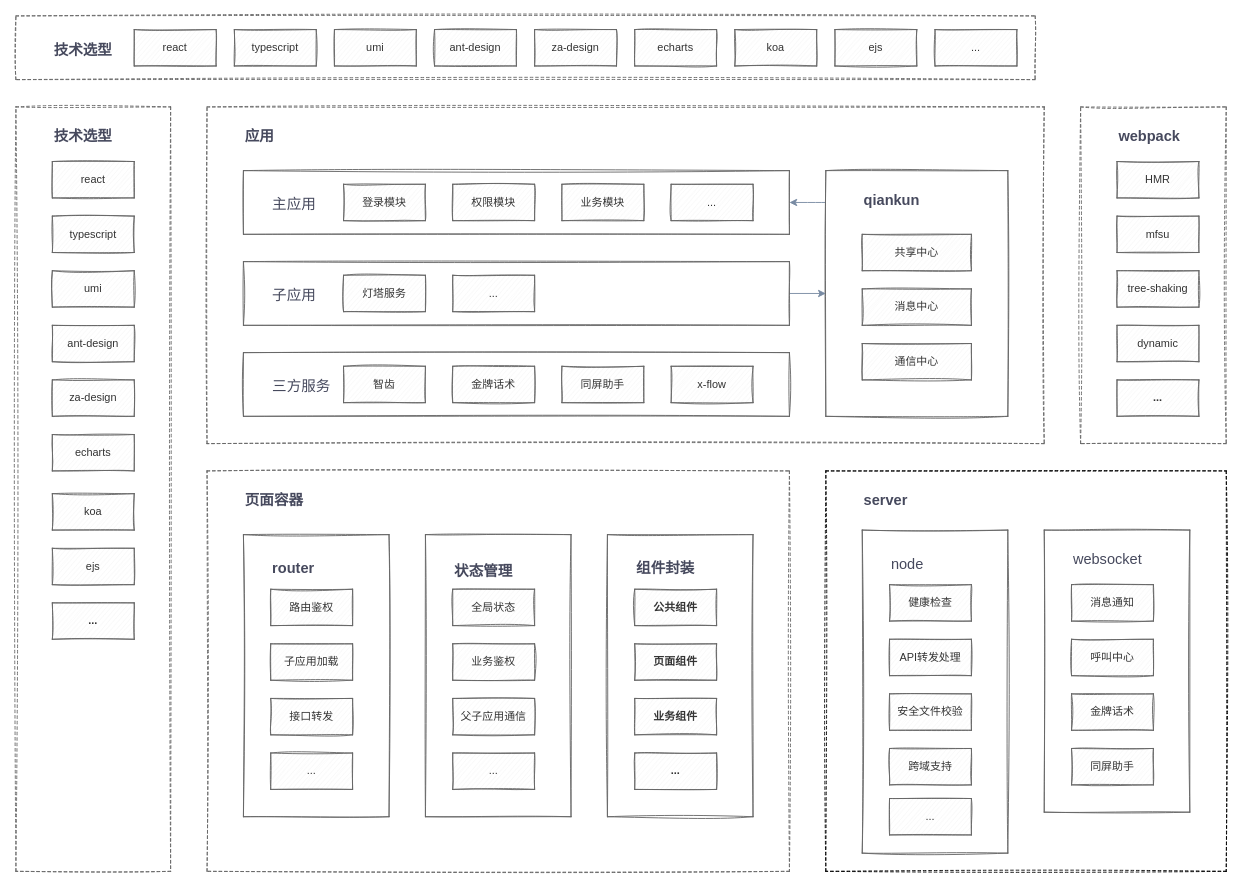
Before: 代码设计.drawio in Martha1001/diagrams, a draw.io diagram. Source tidied: cells renumbered, new cells numbered last; positions are measured from the earlier drawing's top-left corner, leaving out a move shared by most shapes. Both pictures are drawn from the tidied source at 91%, with x=0, y=0 at pixel (15, 15).
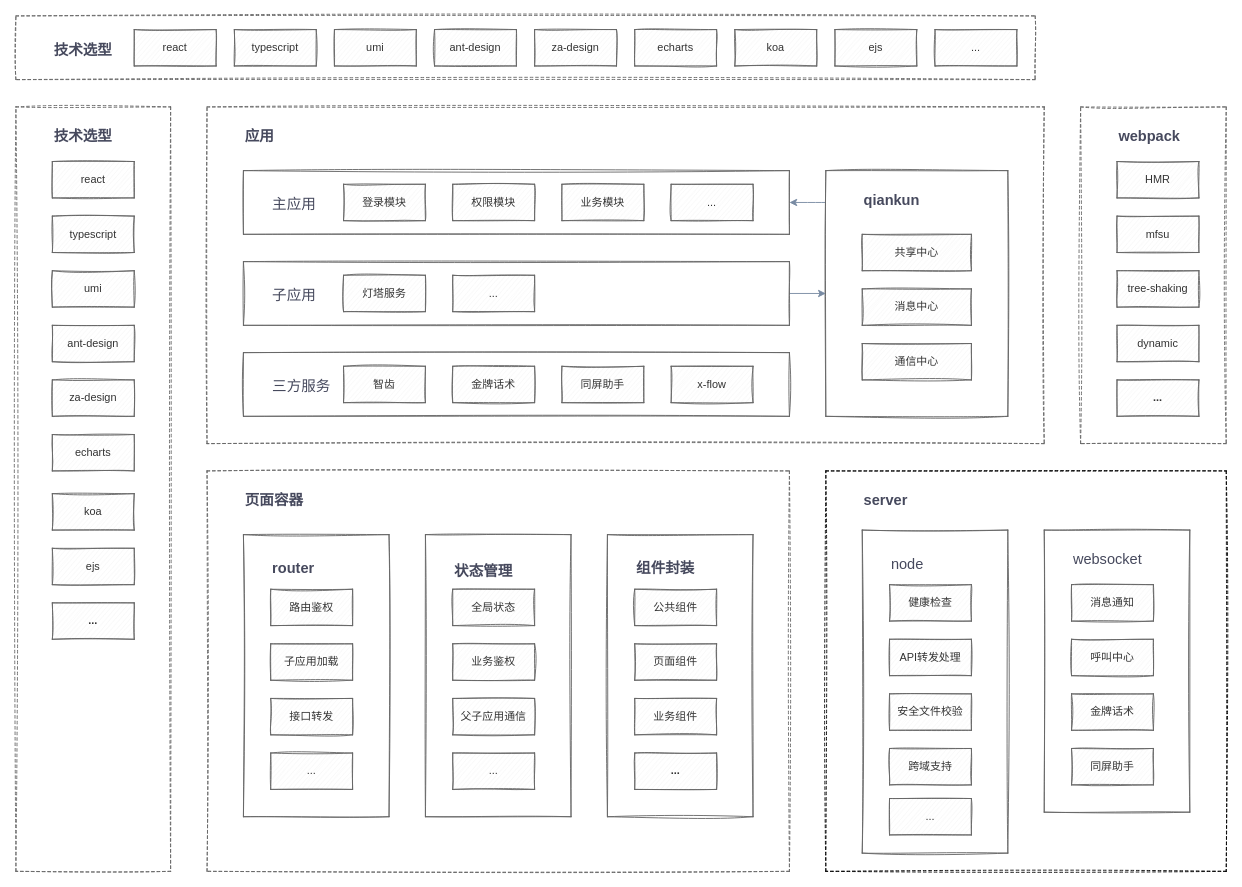
After the change.

Commit message (it also covers changes not shown here):
更新代码设计.drawio

What changed in the source:
```diff
@@
-    <mxCell id="24" value="公共组件" style="rounded=0;whiteSpace=wrap;html=1;sketch=1;fillColor=#f5f5f5;fontColor=#333333;strokeColor=#666666;fontStyle=1;" parent="1" vertex="1">
+    <mxCell id="24" value="&lt;span style=&quot;font-weight: normal&quot;&gt;公共组件&lt;/span&gt;" style="rounded=0;whiteSpace=wrap;html=1;sketch=1;fillColor=#f5f5f5;fontColor=#333333;strokeColor=#666666;fontStyle=1;" parent="1" vertex="1">
       <mxGeometry x="680" y="630" width="90" height="40" as="geometry" />
     </mxCell>
-    <mxCell id="25" value="页面组件" style="rounded=0;whiteSpace=wrap;html=1;sketch=1;fillColor=#f5f5f5;fontColor=#333333;strokeColor=#666666;fontStyle=1;" parent="1" vertex="1">
+    <mxCell id="25" value="&lt;span style=&quot;font-weight: normal&quot;&gt;页面组件&lt;/span&gt;" style="rounded=0;whiteSpace=wrap;html=1;sketch=1;fillColor=#f5f5f5;fontColor=#333333;strokeColor=#666666;fontStyle=1;" parent="1" vertex="1">
       <mxGeometry x="680" y="690" width="90" height="40" as="geometry" />
     </mxCell>
-    <mxCell id="26" value="业务组件" style="rounded=0;whiteSpace=wrap;html=1;sketch=1;fillColor=#f5f5f5;fontColor=#333333;strokeColor=#666666;fontStyle=1;" parent="1" vertex="1">
+    <mxCell id="26" value="&lt;span style=&quot;font-weight: normal&quot;&gt;业务组件&lt;/span&gt;" style="rounded=0;whiteSpace=wrap;html=1;sketch=1;fillColor=#f5f5f5;fontColor=#333333;strokeColor=#666666;fontStyle=1;" parent="1" vertex="1">
       <mxGeometry x="680" y="750" width="90" height="40" as="geometry" />
     </mxCell>
```
